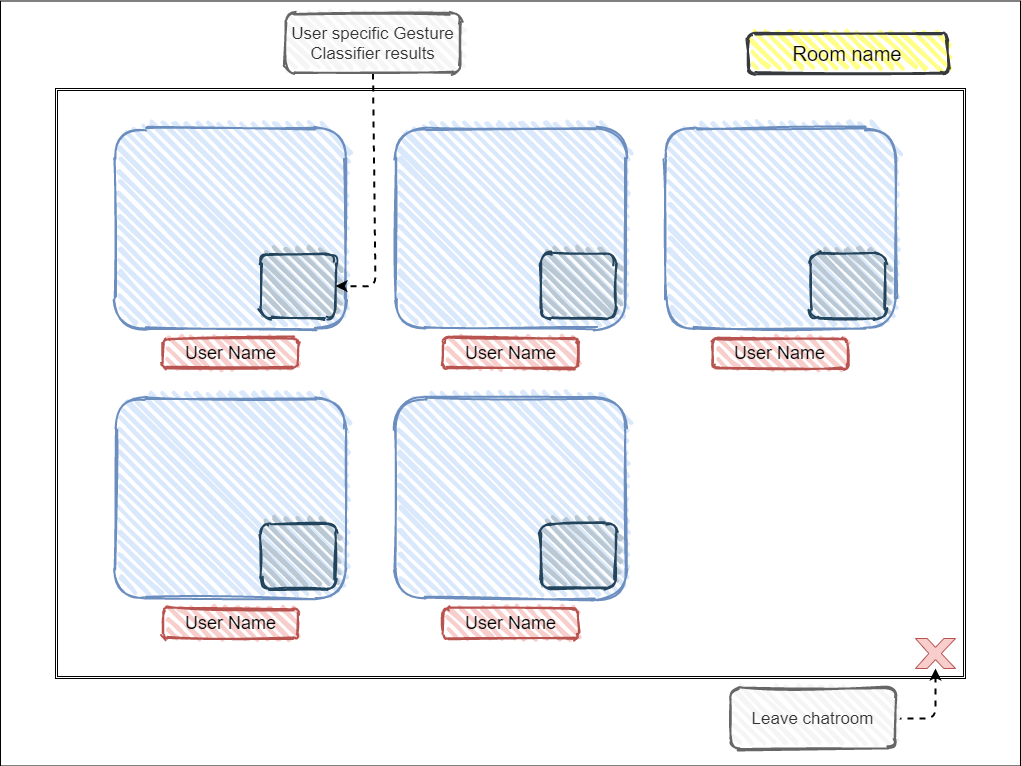
This is doc/front/chatroom.png from rotrocol/gezr, a draw.io export, as it was before one commit. Source tidied: cells renumbered, new cells last; positions are measured from the earlier drawing's top-left corner, leaving out a move shared by most shapes.
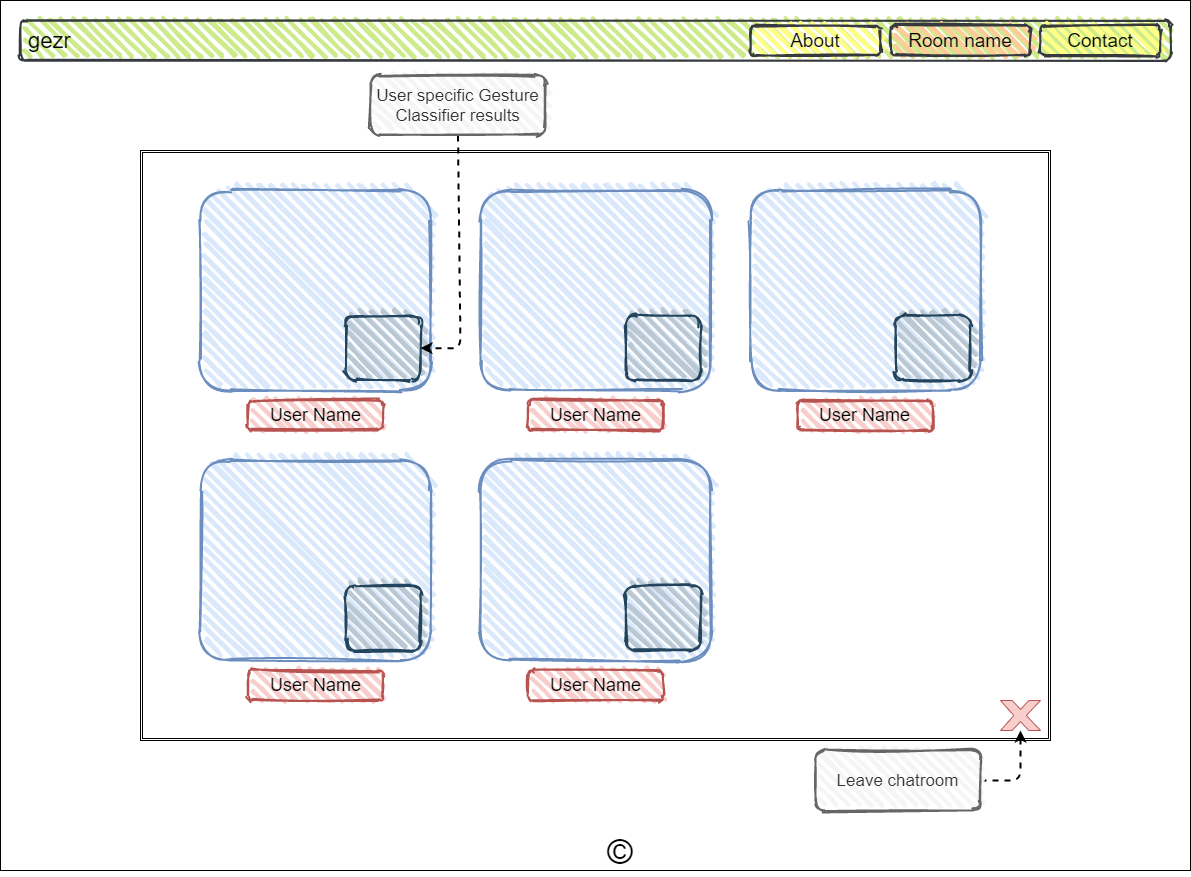
After the commit.

Commit message:
front diagrams changes

Change to the diagram source:
```diff
@@ -2,9 +2,6 @@
   <root>
     <mxCell id="0" />
     <mxCell id="1" parent="0" />
-    <mxCell id="2" value="&lt;span style=&quot;font-size: 20px&quot;&gt;Room name&lt;/span&gt;" style="rounded=1;whiteSpace=wrap;html=1;strokeWidth=2;fillWeight=4;hachureGap=8;hachureAngle=45;fillColor=#ffff88;sketch=1;strokeColor=#36393d;" parent="1" vertex="1">
-      <mxGeometry x="747.5" y="33" width="200" height="40" as="geometry" />
-    </mxCell>
     <mxCell id="3" style="rounded=1;whiteSpace=wrap;html=1;strokeWidth=2;fillWeight=4;hachureGap=8;hachureAngle=45;fillColor=#dae8fc;sketch=1;strokeColor=#6c8ebf;" parent="1" vertex="1">
       <mxGeometry x="115" y="128" width="230" height="200" as="geometry" />
     </mxCell>
@@ -69,7 +66,7 @@
       </mxGeometry>
     </mxCell>
     <mxCell id="22" style="rounded=0;whiteSpace=wrap;html=1;fillColor=none;" parent="1" vertex="1">
-      <mxGeometry y="0.5" width="1020" height="765" as="geometry" />
+      <mxGeometry x="-85" y="-62" width="1190" height="870" as="geometry" />
     </mxCell>
     <mxCell id="23" value="&lt;font style=&quot;font-size: 17px&quot;&gt;User specific Gesture Classifier results&lt;/font&gt;" style="rounded=1;whiteSpace=wrap;html=1;strokeWidth=2;fillWeight=4;hachureGap=8;hachureAngle=45;fillColor=#f5f5f5;sketch=1;strokeColor=#666666;fontColor=#333333;" parent="1" vertex="1">
       <mxGeometry x="285" y="13" width="175" height="60" as="geometry" />
@@ -77,5 +74,20 @@
     <mxCell id="24" value="&lt;span style=&quot;font-size: 17px&quot;&gt;Leave chatroom&lt;/span&gt;" style="rounded=1;whiteSpace=wrap;html=1;strokeWidth=2;fillWeight=4;hachureGap=8;hachureAngle=45;fillColor=#f5f5f5;sketch=1;strokeColor=#666666;fontColor=#333333;" parent="1" vertex="1">
       <mxGeometry x="730" y="688" width="165" height="60" as="geometry" />
     </mxCell>
+    <mxCell id="25" value="&lt;font style=&quot;font-size: 22px&quot;&gt;&amp;nbsp;gezr&lt;/font&gt;" style="rounded=1;whiteSpace=wrap;html=1;strokeWidth=2;fillWeight=4;hachureGap=8;hachureAngle=45;fillColor=#cdeb8b;sketch=1;strokeColor=#36393d;align=left;" parent="1" vertex="1">
+      <mxGeometry x="-65" y="-42" width="1150" height="40" as="geometry" />
+    </mxCell>
+    <mxCell id="26" value="&lt;font style=&quot;font-size: 19px&quot;&gt;About&lt;/font&gt;" style="rounded=1;whiteSpace=wrap;html=1;strokeWidth=2;fillWeight=4;hachureGap=8;hachureAngle=45;fillColor=#ffff88;sketch=1;strokeColor=#36393d;" parent="1" vertex="1">
+      <mxGeometry x="665" y="-37" width="130" height="30" as="geometry" />
+    </mxCell>
+    <mxCell id="2" value="&lt;font style=&quot;font-size: 19px&quot;&gt;Room name&lt;/font&gt;" style="rounded=1;whiteSpace=wrap;html=1;strokeWidth=2;fillWeight=4;hachureGap=8;hachureAngle=45;fillColor=#ffcc99;sketch=1;strokeColor=#36393d;" parent="1" vertex="1">
+      <mxGeometry x="805" y="-37" width="140" height="30" as="geometry" />
+    </mxCell>
+    <mxCell id="27" value="&lt;font style=&quot;font-size: 19px&quot;&gt;Contact&lt;/font&gt;" style="rounded=1;whiteSpace=wrap;html=1;strokeWidth=2;fillWeight=4;hachureGap=8;hachureAngle=45;fillColor=#ffff88;sketch=1;strokeColor=#36393d;" parent="1" vertex="1">
+      <mxGeometry x="955" y="-37" width="120" height="30" as="geometry" />
+    </mxCell>
+    <mxCell id="28" value="&lt;a href=&quot;https://fsymbols.com/copyright/&quot; style=&quot;font-family: &amp;quot;arial&amp;quot; , sans-serif ; text-align: left ; background-color: rgb(255 , 255 , 255)&quot;&gt;&lt;h3 class=&quot;LC20lb DKV0Md&quot; style=&quot;font-weight: normal ; margin: 0px 0px 3px ; padding: 4px 0px 0px ; display: inline-block ; line-height: 1.3&quot;&gt;&lt;font color=&quot;#000000&quot; style=&quot;font-size: 35px&quot;&gt;©&lt;/font&gt;&lt;/h3&gt;&lt;/a&gt;" style="text;html=1;strokeColor=none;fillColor=none;align=center;verticalAlign=middle;whiteSpace=wrap;rounded=0;glass=0;dashed=1;fontSize=1;" parent="1" vertex="1">
+      <mxGeometry x="515" y="778" width="40" height="20" as="geometry" />
+    </mxCell>
   </root>
 </mxGraphModel>
```
